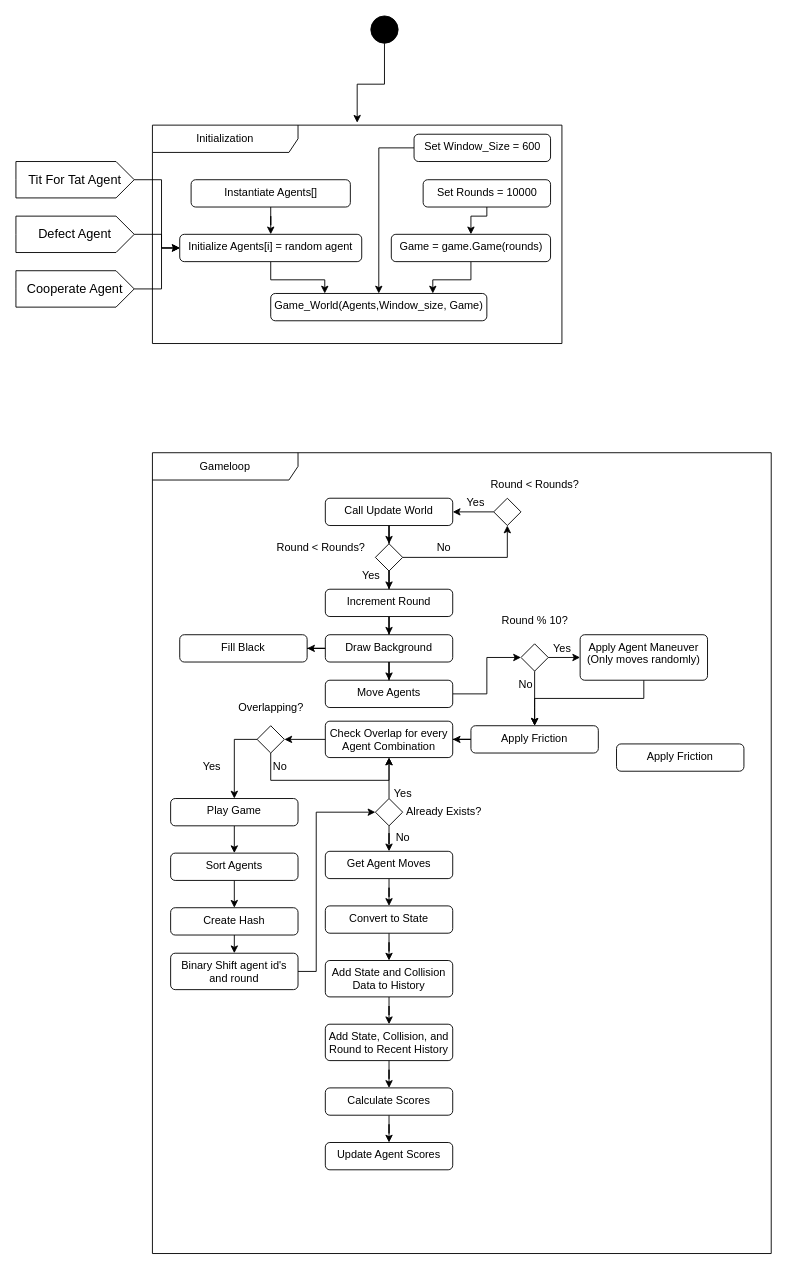
Before: Prototype Activity Diagram.drawio in Boland-Unfug/Thesis-python, a draw.io diagram. Source tidied: cells renumbered, new cells numbered last; positions are measured from the earlier drawing's top-left corner, leaving out a move shared by most shapes. Both pictures are drawn from the tidied source at 91%, with x=0, y=0 at pixel (15, 15).
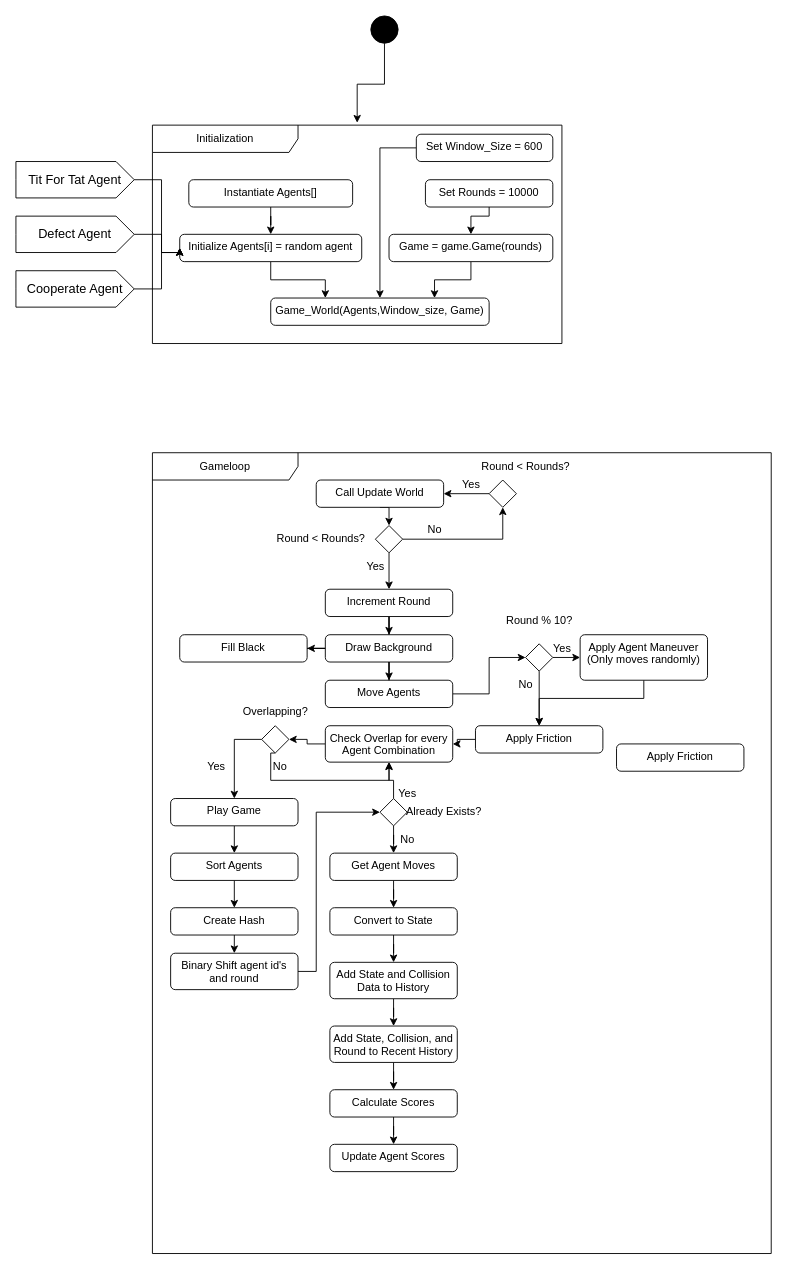
Above is the later version.

The change refers to these unchanged cells:
```xml
<mxCell id="4" value="&lt;div&gt;Initialization&lt;/div&gt;" style="shape=umlFrame;whiteSpace=wrap;html=1;width=160;" parent="1" vertex="1">
  <mxGeometry x="150" y="120" width="450" height="240" as="geometry" />
</mxCell>
<mxCell id="15" value="Initialize Agents[i] = random agent" style="html=1;align=center;verticalAlign=top;rounded=1;absoluteArcSize=1;arcSize=10;dashed=0;whiteSpace=wrap;" parent="4" vertex="1">
  <mxGeometry x="30" y="120" width="200" height="30" as="geometry" />
</mxCell>
<mxCell id="17" value="Tit For Tat Agent" style="html=1;shape=mxgraph.infographic.ribbonSimple;notch1=0;notch2=20;align=center;verticalAlign=middle;fontSize=14;fontStyle=0;fillColor=#FFFFFF;whiteSpace=wrap;" parent="1" vertex="1">
  <mxGeometry y="160" width="130" height="40" as="geometry" />
</mxCell>
<mxCell id="19" value="Defect Agent" style="html=1;shape=mxgraph.infographic.ribbonSimple;notch1=0;notch2=20;align=center;verticalAlign=middle;fontSize=14;fontStyle=0;fillColor=#FFFFFF;whiteSpace=wrap;" parent="1" vertex="1">
  <mxGeometry y="220" width="130" height="40" as="geometry" />
</mxCell>
<mxCell id="21" value="Cooperate Agent" style="html=1;shape=mxgraph.infographic.ribbonSimple;notch1=0;notch2=20;align=center;verticalAlign=middle;fontSize=14;fontStyle=0;fillColor=#FFFFFF;whiteSpace=wrap;" parent="1" vertex="1">
  <mxGeometry y="280" width="130" height="40" as="geometry" />
</mxCell>
<mxCell id="22" value="Gameloop" style="shape=umlFrame;whiteSpace=wrap;html=1;width=160;" parent="1" vertex="1">
  <mxGeometry x="150" y="480" width="680" height="880" as="geometry" />
</mxCell>
<mxCell id="34" value="Increment Round" style="html=1;align=center;verticalAlign=top;rounded=1;absoluteArcSize=1;arcSize=10;dashed=0;whiteSpace=wrap;" parent="22" vertex="1">
  <mxGeometry x="190" y="150" width="140" height="30" as="geometry" />
</mxCell>
<mxCell id="47" value="&lt;div&gt;Apply Agent Maneuver&lt;/div&gt;&lt;div&gt;(Only moves randomly)&lt;br&gt;&lt;/div&gt;" style="html=1;align=center;verticalAlign=top;rounded=1;absoluteArcSize=1;arcSize=10;dashed=0;whiteSpace=wrap;" parent="22" vertex="1">
  <mxGeometry x="470" y="200" width="140" height="50" as="geometry" />
</mxCell>
```

The edit, as a diff of the source:
```diff
@@
     <mxCell id="6" value="Set Window_Size = 600" style="html=1;align=center;verticalAlign=top;rounded=1;absoluteArcSize=1;arcSize=10;dashed=0;whiteSpace=wrap;" parent="4" vertex="1">
-      <mxGeometry x="287.5" y="10" width="150" height="30" as="geometry" />
+      <mxGeometry x="290" y="10" width="150" height="30" as="geometry" />
     </mxCell>
@@
     <mxCell id="8" value="Game = game.Game(rounds)" style="html=1;align=center;verticalAlign=top;rounded=1;absoluteArcSize=1;arcSize=10;dashed=0;whiteSpace=wrap;" parent="4" vertex="1">
-      <mxGeometry x="262.5" y="120" width="175" height="30" as="geometry" />
+      <mxGeometry x="260" y="120" width="180" height="30" as="geometry" />
     </mxCell>
@@
     <mxCell id="10" value="Instantiate Agents[]" style="html=1;align=center;verticalAlign=top;rounded=1;absoluteArcSize=1;arcSize=10;dashed=0;whiteSpace=wrap;" parent="4" vertex="1">
-      <mxGeometry x="42.5" y="60" width="175" height="30" as="geometry" />
+      <mxGeometry x="40" y="60" width="180" height="30" as="geometry" />
     </mxCell>
     <mxCell id="11" value="Game_World(Agents,Window_size, Game)" style="html=1;align=center;verticalAlign=top;rounded=1;absoluteArcSize=1;arcSize=10;dashed=0;whiteSpace=wrap;" parent="4" vertex="1">
-      <mxGeometry x="130" y="185" width="237.5" height="30" as="geometry" />
+      <mxGeometry x="130" y="190" width="240" height="30" as="geometry" />
     </mxCell>
     <mxCell id="12" style="edgeStyle=orthogonalEdgeStyle;rounded=0;jettySize=auto;html=1;entryX=0.5;entryY=0;entryDx=0;entryDy=0;" parent="4" edge="1" source="13" target="8">
       <mxGeometry relative="1" as="geometry">
         <Array as="points">
-          <mxPoint x="368" y="100" />
+          <mxPoint x="370" y="100" />
           <mxPoint x="350" y="100" />
         </Array>
       </mxGeometry>
     </mxCell>
     <mxCell id="13" value="Set Rounds = 10000" style="html=1;align=center;verticalAlign=top;rounded=1;absoluteArcSize=1;arcSize=10;dashed=0;whiteSpace=wrap;" parent="4" vertex="1">
-      <mxGeometry x="297.5" y="60" width="140" height="30" as="geometry" />
+      <mxGeometry x="300" y="60" width="140" height="30" as="geometry" />
     </mxCell>
@@
     <mxCell id="16" style="edgeStyle=orthogonalEdgeStyle;rounded=0;jettySize=auto;html=1;exitX=1;exitY=0.5;exitDx=0;exitDy=0;exitPerimeter=0;entryX=0;entryY=0.5;entryDx=0;entryDy=0;" parent="1" edge="1" source="17" target="15">
       <mxGeometry relative="1" as="geometry">
         <Array as="points">
           <mxPoint x="160" y="180" />
-          <mxPoint x="160" y="255" />
+          <mxPoint x="160" y="260" />
         </Array>
       </mxGeometry>
     </mxCell>
@@
     <mxCell id="18" style="edgeStyle=orthogonalEdgeStyle;rounded=0;jettySize=auto;html=1;exitX=1;exitY=0.5;exitDx=0;exitDy=0;exitPerimeter=0;entryX=0;entryY=0.5;entryDx=0;entryDy=0;" parent="1" edge="1" source="19" target="15">
       <mxGeometry relative="1" as="geometry">
         <Array as="points">
           <mxPoint x="160" y="240" />
-          <mxPoint x="160" y="255" />
+          <mxPoint x="160" y="260" />
         </Array>
       </mxGeometry>
     </mxCell>
@@
     <mxCell id="20" style="edgeStyle=orthogonalEdgeStyle;rounded=0;jettySize=auto;html=1;exitX=1;exitY=0.5;exitDx=0;exitDy=0;exitPerimeter=0;entryX=0;entryY=0.5;entryDx=0;entryDy=0;" parent="1" edge="1" source="21" target="15">
       <mxGeometry relative="1" as="geometry">
         <Array as="points">
           <mxPoint x="160" y="300" />
-          <mxPoint x="160" y="255" />
+          <mxPoint x="160" y="260" />
         </Array>
       </mxGeometry>
     </mxCell>
@@
-    <mxCell id="23" style="edgeStyle=orthogonalEdgeStyle;rounded=0;jettySize=auto;html=1;" parent="22" edge="1" source="24" target="31">
+    <mxCell id="23" style="edgeStyle=orthogonalEdgeStyle;rounded=0;jettySize=auto;html=1;exitX=0.5;exitY=1;exitDx=0;exitDy=0;entryX=0.5;entryY=0;entryDx=0;entryDy=0;" parent="22" edge="1" source="24" target="31">
       <mxGeometry relative="1" as="geometry" />
     </mxCell>
     <mxCell id="24" value="Call Update World" style="html=1;align=center;verticalAlign=top;rounded=1;absoluteArcSize=1;arcSize=10;dashed=0;whiteSpace=wrap;" parent="22" vertex="1">
-      <mxGeometry x="190" y="50" width="140" height="30" as="geometry" />
+      <mxGeometry x="180" y="30" width="140" height="30" as="geometry" />
     </mxCell>
@@
     <mxCell id="26" style="rhombus;" parent="22" vertex="1">
-      <mxGeometry x="375" y="50" width="30" height="30" as="geometry" />
+      <mxGeometry x="370" y="30" width="30" height="30" as="geometry" />
     </mxCell>
     <mxCell id="27" value="Round &amp;lt; Rounds?" style="text;html=1;align=center;verticalAlign=middle;strokeColor=none;fillColor=none;" parent="22" vertex="1">
-      <mxGeometry x="360" y="20" width="120" height="30" as="geometry" />
+      <mxGeometry x="350" width="120" height="30" as="geometry" />
     </mxCell>
     <mxCell id="28" value="Yes" style="text;html=1;align=center;verticalAlign=middle;strokeColor=none;fillColor=none;" parent="22" vertex="1">
-      <mxGeometry x="335" y="40" width="40" height="30" as="geometry" />
+      <mxGeometry x="330" y="20" width="40" height="30" as="geometry" />
     </mxCell>
+    <mxCell id="30" style="edgeStyle=orthogonalEdgeStyle;rounded=0;jettySize=auto;html=1;exitX=1;exitY=0.5;exitDx=0;exitDy=0;entryX=0.5;entryY=1;entryDx=0;entryDy=0;" parent="22" edge="1" source="31" target="26">
+      <mxGeometry relative="1" as="geometry" />
+    </mxCell>
-    <mxCell id="29" style="edgeStyle=orthogonalEdgeStyle;rounded=0;jettySize=auto;html=1;" parent="22" edge="1" source="31" target="34">
+    <mxCell id="29" style="edgeStyle=orthogonalEdgeStyle;rounded=0;jettySize=auto;html=1;exitX=0.5;exitY=1;exitDx=0;exitDy=0;entryX=0.5;entryY=0;entryDx=0;entryDy=0;" parent="22" edge="1" source="31" target="34">
       <mxGeometry relative="1" as="geometry" />
     </mxCell>
-    <mxCell id="30" style="edgeStyle=orthogonalEdgeStyle;rounded=0;jettySize=auto;html=1;exitX=1;exitY=0.5;exitDx=0;exitDy=0;entryX=0.5;entryY=1;entryDx=0;entryDy=0;" parent="22" edge="1" source="31" target="26">
-      <mxGeometry relative="1" as="geometry" />
-    </mxCell>
     <mxCell id="31" style="rhombus;" parent="22" vertex="1">
-      <mxGeometry x="245" y="100" width="30" height="30" as="geometry" />
+      <mxGeometry x="245" y="80" width="30" height="30" as="geometry" />
     </mxCell>
     <mxCell id="32" value="Round &amp;lt; Rounds?" style="text;html=1;align=center;verticalAlign=middle;strokeColor=none;fillColor=none;" parent="22" vertex="1">
-      <mxGeometry x="125" y="90" width="120" height="30" as="geometry" />
+      <mxGeometry x="125" y="80" width="120" height="30" as="geometry" />
     </mxCell>
@@
     <mxCell id="42" style="edgeStyle=orthogonalEdgeStyle;rounded=0;jettySize=auto;html=1;exitX=0.5;exitY=1;exitDx=0;exitDy=0;" parent="22" edge="1" source="43" target="49">
       <mxGeometry relative="1" as="geometry">
         <Array as="points">
-          <mxPoint x="420" y="280" />
-          <mxPoint x="420" y="280" />
+          <mxPoint x="425" y="270" />
+          <mxPoint x="425" y="270" />
         </Array>
       </mxGeometry>
     </mxCell>
     <mxCell id="43" style="rhombus;" parent="22" vertex="1">
-      <mxGeometry x="405" y="210" width="30" height="30" as="geometry" />
+      <mxGeometry x="410" y="210" width="30" height="30" as="geometry" />
     </mxCell>
     <mxCell id="44" value="Round % 10?" style="text;html=1;align=center;verticalAlign=middle;strokeColor=none;fillColor=none;" parent="22" vertex="1">
-      <mxGeometry x="375" y="170" width="90" height="30" as="geometry" />
+      <mxGeometry x="380" y="170" width="90" height="30" as="geometry" />
     </mxCell>
@@
     <mxCell id="46" style="edgeStyle=orthogonalEdgeStyle;rounded=0;jettySize=auto;html=1;exitX=0.5;exitY=1;exitDx=0;exitDy=0;entryX=0.5;entryY=0;entryDx=0;entryDy=0;" parent="22" edge="1" source="47" target="49">
       <mxGeometry relative="1" as="geometry">
         <Array as="points">
           <mxPoint x="540" y="270" />
-          <mxPoint x="420" y="270" />
+          <mxPoint x="425" y="270" />
         </Array>
       </mxGeometry>
     </mxCell>
@@
     <mxCell id="49" value="Apply Friction" style="html=1;align=center;verticalAlign=top;rounded=1;absoluteArcSize=1;arcSize=10;dashed=0;whiteSpace=wrap;" parent="22" vertex="1">
-      <mxGeometry x="350" y="300" width="140" height="30" as="geometry" />
+      <mxGeometry x="355" y="300" width="140" height="30" as="geometry" />
     </mxCell>
@@
     <mxCell id="54" value="Check Overlap for every Agent Combination" style="html=1;align=center;verticalAlign=top;rounded=1;absoluteArcSize=1;arcSize=10;dashed=0;whiteSpace=wrap;" parent="22" vertex="1">
-      <mxGeometry x="190" y="295" width="140" height="40" as="geometry" />
+      <mxGeometry x="190" y="300" width="140" height="40" as="geometry" />
     </mxCell>
@@
     <mxCell id="57" style="rhombus;" parent="22" vertex="1">
-      <mxGeometry x="115" y="300" width="30" height="30" as="geometry" />
+      <mxGeometry x="120" y="300" width="30" height="30" as="geometry" />
     </mxCell>
     <mxCell id="58" value="Overlapping?" style="text;html=1;align=center;verticalAlign=middle;strokeColor=none;fillColor=none;" parent="22" vertex="1">
-      <mxGeometry x="85" y="265" width="90" height="30" as="geometry" />
+      <mxGeometry x="90" y="270" width="90" height="30" as="geometry" />
     </mxCell>
@@
     <mxCell id="60" value="Yes" style="text;html=1;align=center;verticalAlign=middle;strokeColor=none;fillColor=none;" parent="22" vertex="1">
-      <mxGeometry x="45" y="330" width="40" height="30" as="geometry" />
+      <mxGeometry x="50" y="330" width="40" height="30" as="geometry" />
     </mxCell>
@@
     <mxCell id="68" value="Calculate Scores" style="html=1;align=center;verticalAlign=top;rounded=1;absoluteArcSize=1;arcSize=10;dashed=0;whiteSpace=wrap;" parent="22" vertex="1">
-      <mxGeometry x="190" y="698" width="140" height="30" as="geometry" />
+      <mxGeometry x="195" y="700" width="140" height="30" as="geometry" />
     </mxCell>
@@
     <mxCell id="70" value="Convert to State" style="html=1;align=center;verticalAlign=top;rounded=1;absoluteArcSize=1;arcSize=10;dashed=0;whiteSpace=wrap;" parent="22" vertex="1">
-      <mxGeometry x="190" y="498" width="140" height="30" as="geometry" />
+      <mxGeometry x="195" y="500" width="140" height="30" as="geometry" />
     </mxCell>
@@
     <mxCell id="73" style="rhombus;" parent="22" vertex="1">
-      <mxGeometry x="245" y="380" width="30" height="30" as="geometry" />
+      <mxGeometry x="250" y="380" width="30" height="30" as="geometry" />
     </mxCell>
@@
     <mxCell id="75" value="Yes" style="text;html=1;align=center;verticalAlign=middle;strokeColor=none;fillColor=none;" parent="22" vertex="1">
-      <mxGeometry x="255" y="360" width="40" height="30" as="geometry" />
+      <mxGeometry x="260" y="360" width="40" height="30" as="geometry" />
     </mxCell>
@@
     <mxCell id="77" value="Add State and Collision Data to History" style="html=1;align=center;verticalAlign=top;rounded=1;absoluteArcSize=1;arcSize=10;dashed=0;whiteSpace=wrap;" parent="22" vertex="1">
-      <mxGeometry x="190" y="558" width="140" height="40" as="geometry" />
+      <mxGeometry x="195" y="560" width="140" height="40" as="geometry" />
     </mxCell>
@@
     <mxCell id="79" value="Get Agent Moves" style="html=1;align=center;verticalAlign=top;rounded=1;absoluteArcSize=1;arcSize=10;dashed=0;whiteSpace=wrap;" parent="22" vertex="1">
-      <mxGeometry x="190" y="438" width="140" height="30" as="geometry" />
+      <mxGeometry x="195" y="440" width="140" height="30" as="geometry" />
     </mxCell>
@@
     <mxCell id="81" value="Add State, Collision, and Round to Recent History" style="html=1;align=center;verticalAlign=top;rounded=1;absoluteArcSize=1;arcSize=10;dashed=0;whiteSpace=wrap;" parent="22" vertex="1">
-      <mxGeometry x="190" y="628" width="140" height="40" as="geometry" />
+      <mxGeometry x="195" y="630" width="140" height="40" as="geometry" />
     </mxCell>
     <mxCell id="82" value="No" style="text;html=1;align=center;verticalAlign=middle;strokeColor=none;fillColor=none;" parent="22" vertex="1">
-      <mxGeometry x="300" y="90" width="40" height="30" as="geometry" />
+      <mxGeometry x="290" y="70" width="40" height="30" as="geometry" />
     </mxCell>
     <mxCell id="83" value="Yes" style="text;html=1;align=center;verticalAlign=middle;strokeColor=none;fillColor=none;" parent="22" vertex="1">
-      <mxGeometry x="220" y="120" width="40" height="30" as="geometry" />
+      <mxGeometry x="225" y="110" width="40" height="30" as="geometry" />
     </mxCell>
     <mxCell id="84" value="&lt;div&gt;Update Agent Scores&lt;/div&gt;" style="html=1;align=center;verticalAlign=top;rounded=1;absoluteArcSize=1;arcSize=10;dashed=0;whiteSpace=wrap;" parent="22" vertex="1">
-      <mxGeometry x="190" y="758" width="140" height="30" as="geometry" />
+      <mxGeometry x="195" y="760" width="140" height="30" as="geometry" />
     </mxCell>
@@
     <mxCell id="86" value="No" style="text;html=1;align=center;verticalAlign=middle;strokeColor=none;fillColor=none;" parent="22" vertex="1">
-      <mxGeometry x="255" y="408" width="40" height="30" as="geometry" />
+      <mxGeometry x="260" y="410" width="40" height="30" as="geometry" />
     </mxCell>
```
